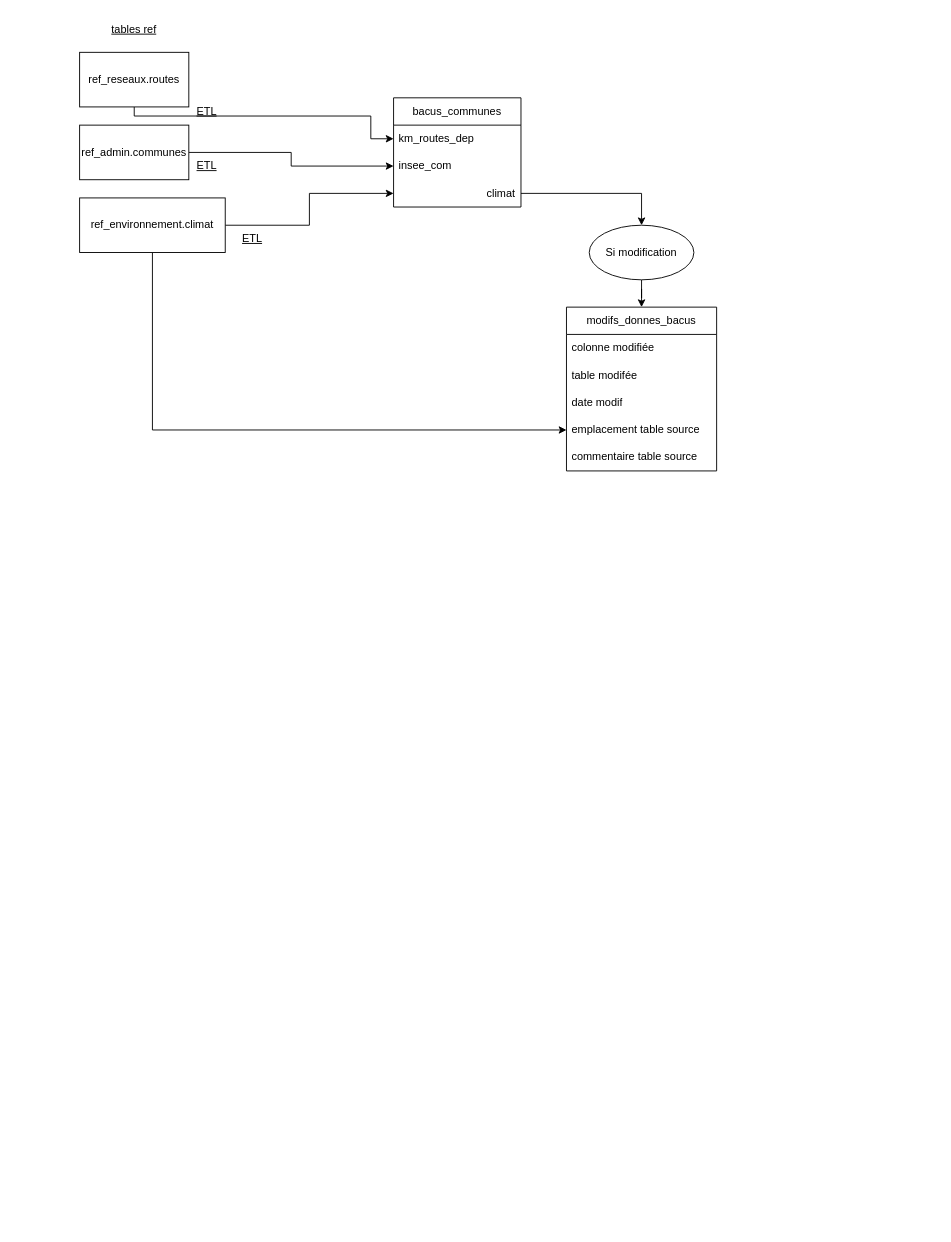
Above: Diagramme sans nom.drawio in dodviso/solagro_sql_bacus (draw.io), before the change. Source tidied: cells renumbered, new cells numbered last; positions are measured from the earlier drawing's top-left corner, leaving out a move shared by most shapes. Both pictures are drawn from the tidied source at 91%, with x=0, y=0 at pixel (79, 15).
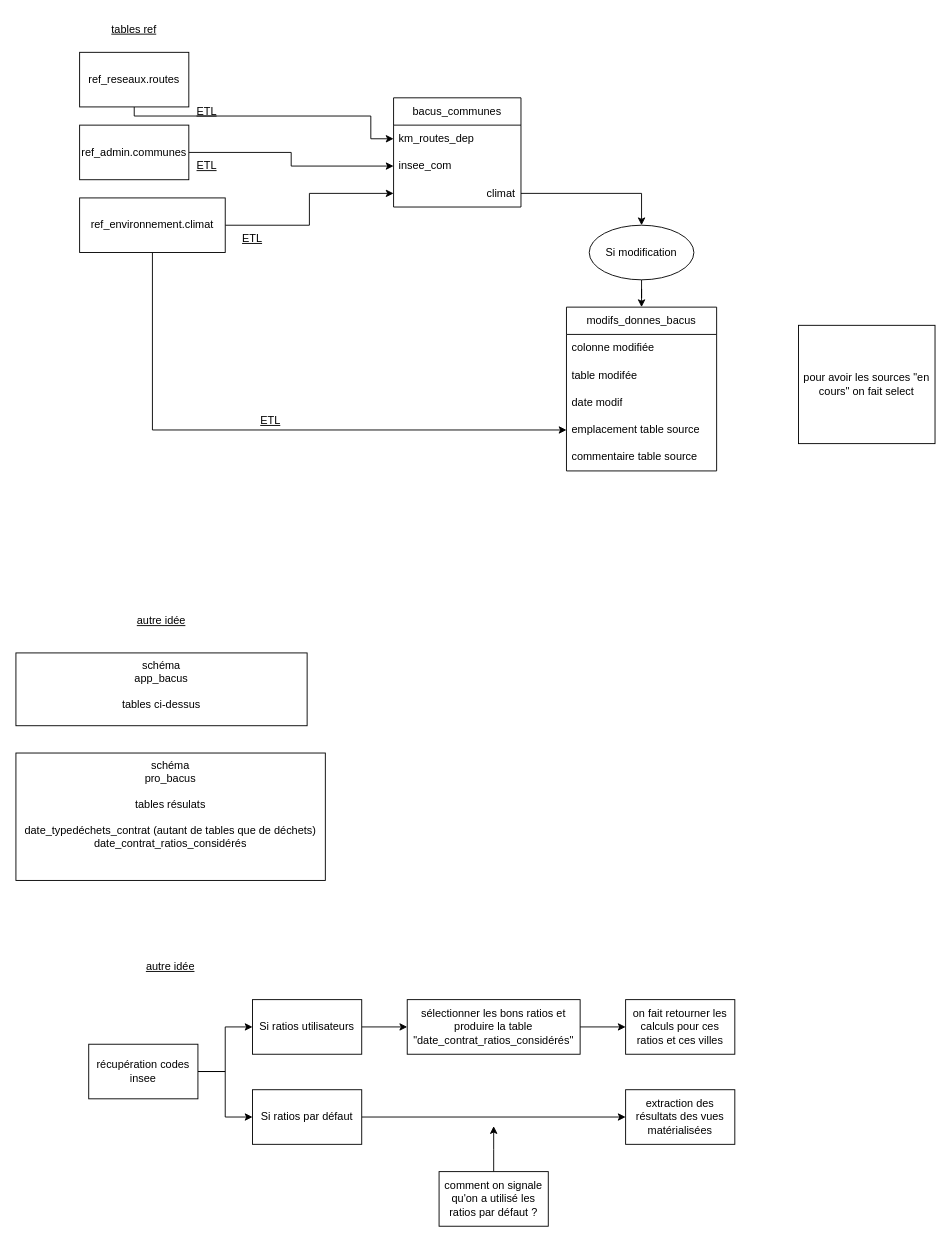
After the change.

Commit message:
Mettre à jour Diagramme sans nom.drawio

What changed in the source:
```diff
@@
+    <mxCell id="26" value="&lt;div&gt;schéma&lt;/div&gt;&lt;div&gt;app_bacus&lt;br&gt;&lt;/div&gt;&lt;div&gt;&lt;br&gt;&lt;/div&gt;&lt;div&gt;tables ci-dessus&lt;br&gt;&lt;/div&gt;" style="rounded=0;whiteSpace=wrap;html=1;verticalAlign=top;" parent="1" vertex="1">
+      <mxGeometry x="-70" y="700" width="320" height="80" as="geometry" />
+    </mxCell>
+    <mxCell id="27" value="autre idée" style="text;html=1;align=center;verticalAlign=middle;whiteSpace=wrap;rounded=0;fontStyle=4;" parent="1" vertex="1">
+      <mxGeometry x="60" y="650" width="60" height="30" as="geometry" />
+    </mxCell>
+    <mxCell id="28" value="&lt;div&gt;schéma&lt;/div&gt;&lt;div&gt;pro_bacus&lt;br&gt;&lt;/div&gt;&lt;div&gt;&lt;br&gt;&lt;/div&gt;&lt;div&gt;tables résulats&lt;/div&gt;&lt;div&gt;&lt;br&gt;&lt;/div&gt;&lt;div&gt;date_typedéchets_contrat (autant de tables que de déchets)&lt;/div&gt;&lt;div&gt;date_contrat_ratios_considérés&lt;/div&gt;" style="rounded=0;whiteSpace=wrap;html=1;verticalAlign=top;" parent="1" vertex="1">
+      <mxGeometry x="-70" y="810" width="340" height="140" as="geometry" />
+    </mxCell>
+    <mxCell id="29" value="pour avoir les sources &quot;en cours&quot; on fait select " style="rounded=0;whiteSpace=wrap;html=1;" parent="1" vertex="1">
+      <mxGeometry x="790" y="340" width="150" height="130" as="geometry" />
+    </mxCell>
+    <mxCell id="30" value="ETL" style="text;html=1;align=center;verticalAlign=middle;whiteSpace=wrap;rounded=0;fontStyle=4;" parent="1" vertex="1">
+      <mxGeometry x="180" y="430" width="60" height="30" as="geometry" />
+    </mxCell>
+    <mxCell id="31" value="autre idée" style="text;html=1;align=center;verticalAlign=middle;whiteSpace=wrap;rounded=0;fontStyle=4;" parent="1" vertex="1">
+      <mxGeometry x="70" y="1030" width="60" height="30" as="geometry" />
+    </mxCell>
+    <mxCell id="32" style="edgeStyle=orthogonalEdgeStyle;rounded=0;jettySize=auto;html=1;" parent="1" edge="1" source="33" target="42">
+      <mxGeometry relative="1" as="geometry" />
+    </mxCell>
+    <mxCell id="33" value="Si ratios utilisateurs " style="rounded=0;whiteSpace=wrap;html=1;" parent="1" vertex="1">
+      <mxGeometry x="190" y="1081" width="120" height="60" as="geometry" />
+    </mxCell>
+    <mxCell id="34" value="on fait retourner les calculs pour ces ratios et ces villes" style="whiteSpace=wrap;html=1;rounded=0;" parent="1" vertex="1">
+      <mxGeometry x="600" y="1081" width="120" height="60" as="geometry" />
+    </mxCell>
+    <mxCell id="35" style="edgeStyle=orthogonalEdgeStyle;rounded=0;jettySize=auto;html=1;" parent="1" edge="1" source="36" target="40">
+      <mxGeometry relative="1" as="geometry" />
+    </mxCell>
+    <mxCell id="36" value="Si ratios par défaut " style="rounded=0;whiteSpace=wrap;html=1;" parent="1" vertex="1">
+      <mxGeometry x="190" y="1180" width="120" height="60" as="geometry" />
+    </mxCell>
+    <mxCell id="37" style="edgeStyle=orthogonalEdgeStyle;rounded=0;jettySize=auto;html=1;entryX=0;entryY=0.5;entryDx=0;entryDy=0;" parent="1" edge="1" source="39" target="33">
+      <mxGeometry relative="1" as="geometry" />
+    </mxCell>
+    <mxCell id="38" style="edgeStyle=orthogonalEdgeStyle;rounded=0;jettySize=auto;html=1;" parent="1" edge="1" source="39" target="36">
+      <mxGeometry relative="1" as="geometry" />
+    </mxCell>
+    <mxCell id="39" value="récupération codes insee" style="whiteSpace=wrap;html=1;rounded=0;" parent="1" vertex="1">
+      <mxGeometry x="10" y="1130" width="120" height="60" as="geometry" />
+    </mxCell>
+    <mxCell id="40" value="extraction des résultats des vues matérialisées" style="whiteSpace=wrap;html=1;rounded=0;" parent="1" vertex="1">
+      <mxGeometry x="600" y="1180" width="120" height="60" as="geometry" />
+    </mxCell>
+    <mxCell id="41" style="edgeStyle=orthogonalEdgeStyle;rounded=0;jettySize=auto;html=1;" parent="1" edge="1" source="42" target="34">
+      <mxGeometry relative="1" as="geometry" />
+    </mxCell>
+    <mxCell id="42" value="sélectionner les bons ratios et produire la table &quot;date_contrat_ratios_considérés&quot;" style="whiteSpace=wrap;html=1;rounded=0;" parent="1" vertex="1">
+      <mxGeometry x="360" y="1081" width="190" height="60" as="geometry" />
+    </mxCell>
+    <mxCell id="43" style="edgeStyle=orthogonalEdgeStyle;rounded=0;jettySize=auto;html=1;" parent="1" edge="1" source="44">
+      <mxGeometry relative="1" as="geometry">
+        <mxPoint x="455" y="1220" as="targetPoint" />
+      </mxGeometry>
+    </mxCell>
+    <mxCell id="44" value="comment on signale qu'on a utilisé les ratios par défaut ?" style="rounded=0;whiteSpace=wrap;html=1;" parent="1" vertex="1">
+      <mxGeometry x="395" y="1270" width="120" height="60" as="geometry" />
+    </mxCell>
```
